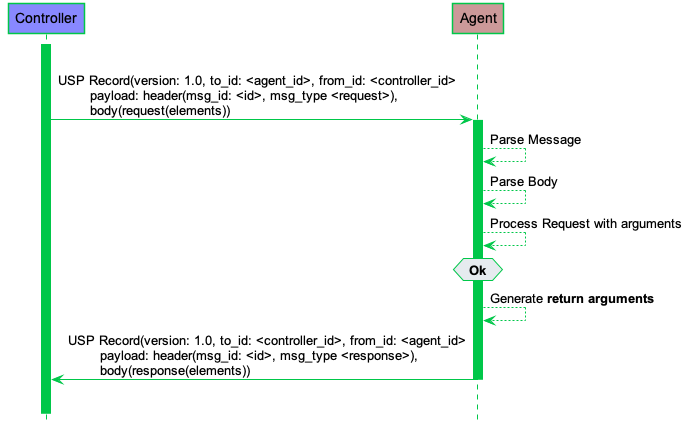
BroadbandForum/usp keeps this PlantUML diagram as docs/specification/messages/successful_response.png. Above is the earlier version.
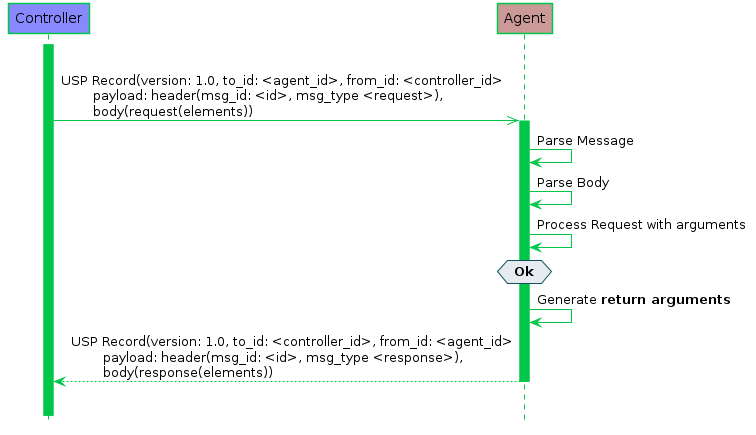
After the change.

What changed in the source:
```diff
@@ -1,4 +1,5 @@
 @startuml
+
 
 
 
@@ -6,47 +7,47 @@
 hide empty description
 hide footbox
 
-skinparam backgroundColor Transparent
+skinparam backgroundColor undefined
 skinparam defaultFontName arial
 skinparam shadowing false
 
 skinparam arrowColor #00c749
 
 skinparam Class {
-  backgroundColor Transparent
+  backgroundColor undefined
   borderColor #00c749
   borderThickness 1
 }
 
 skinparam Activity {
-  backgroundColor Transparent
+  backgroundColor undefined
   borderColor #00c749
-  DiamondBackgroundColor White
+  DiamondBackgroundColor undefined
   DiamondBorderColor #00c749
 }
 
 skinparam Object {
-  backgroundColor Transparent
+  backgroundColor undefined
   borderColor #00c749
 }
 
 skinparam Component {
-  backgroundColor Transparent
+  backgroundColor undefined
   borderColor #00c749
 }
 
 skinparam Interface {
-  backgroundColor Transparent
+  backgroundColor undefined
   borderColor #00c749
 }
 
 skinparam Note {
   backgroundColor #e6ebef
-  borderColor #00c749
+  borderColor #135056
 }
 
 skinparam Package {
-  backgroundColor Transparent
+  backgroundColor undefined
   fontSize 11
   fontStyle normal
   borderColor #00c749
@@ -65,7 +66,7 @@
 }
 
 skinparam State {
-  backgroundColor Transparent
+  backgroundColor undefined
   borderColor #00c749
 }
 hide footbox
@@ -76,16 +77,16 @@
 activate C
 |||
 
-C -> A: USP Record(version: 1.0, to_id: <agent_id>, from_id: <controller_id>\n\tpayload: header(msg_id: <id>, msg_type <request>),\n\tbody(request(elements))
+C ->> A: USP Record(version: 1.0, to_id: <agent_id>, from_id: <controller_id>\n\tpayload: header(msg_id: <id>, msg_type <request>),\n\tbody(request(elements))
 
 activate A
-A-->A: Parse Message
-A-->A: Parse Body
-A-->A: Process Request with arguments
+A->A: Parse Message
+A->A: Parse Body
+A->A: Process Request with arguments
 hnote over A : ** Ok **
-A-->A: Generate **return arguments**
+A->A: Generate **return arguments**
 
-A -> C: USP Record(version: 1.0, to_id: <controller_id>, from_id: <agent_id>\n\tpayload: header(msg_id: <id>, msg_type <response>),\n\tbody(response(elements))
+A --> C: USP Record(version: 1.0, to_id: <controller_id>, from_id: <agent_id>\n\tpayload: header(msg_id: <id>, msg_type <response>),\n\tbody(response(elements))
 deactivate A
 |||
 @enduml
```
